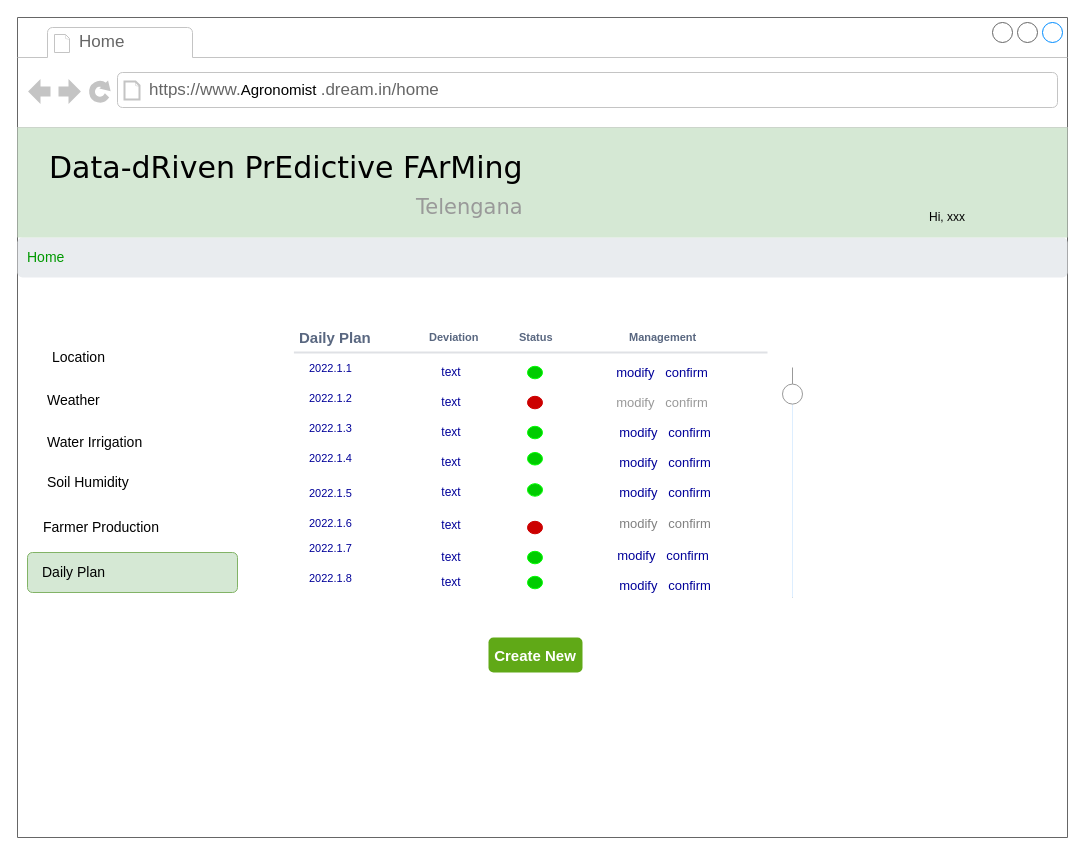
The draw.io diagram page "ag-dailyplan" (14 of 26) of RASD/diagrams/User Interface.drawio in ictar/DREAM-SE2-Project-2022, before the edit. Source tidied: cells renumbered, new cells numbered last; positions are measured from the earlier drawing's top-left corner, leaving out a move shared by most shapes. Both pictures are drawn from the tidied source at 100%, with x=0, y=0 at pixel (17, 17).
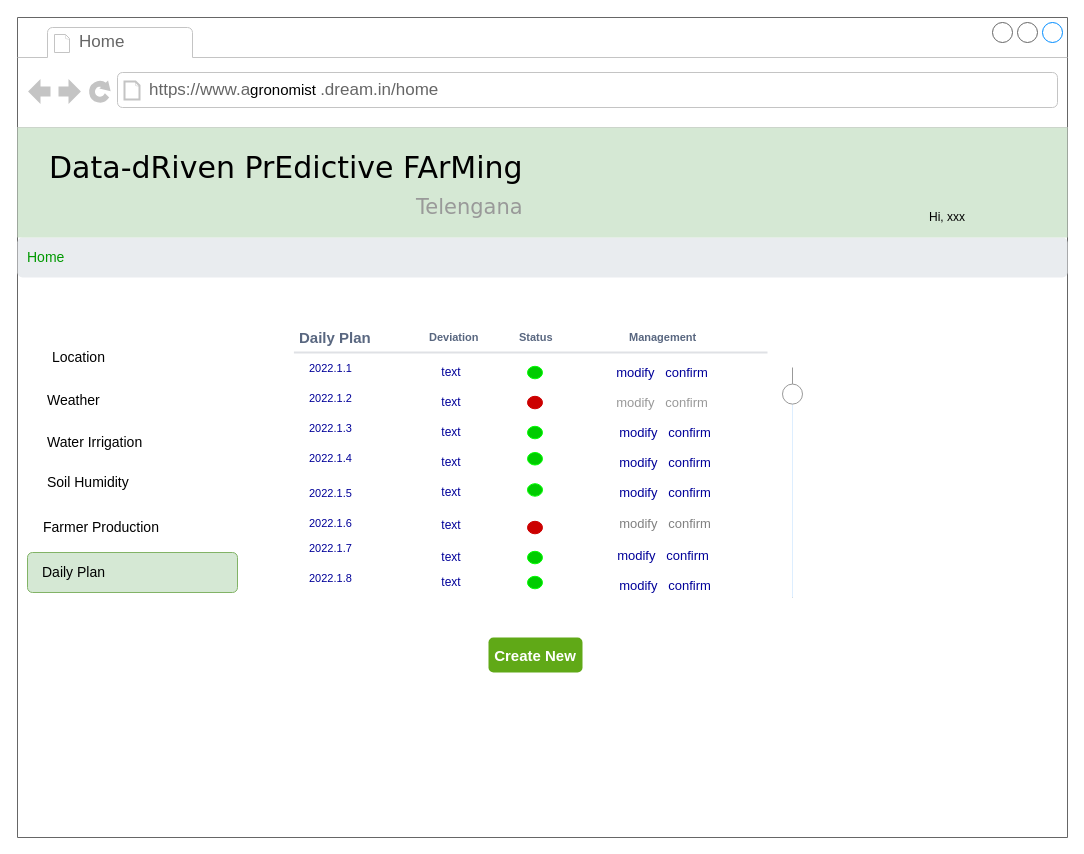
The same page after the edit.

Unchanged cells that the change refers to:
```xml
<mxCell id="2" style="strokeWidth=1;shadow=0;dashed=0;align=center;html=1;shape=mxgraph.mockup.containers.browserWindow;rSize=0;strokeColor=none;mainText=,;rounded=0;labelBackgroundColor=none;fontFamily=Verdana;fontSize=12;" parent="1" vertex="1">
  <mxGeometry width="1050" height="820" as="geometry" />
</mxCell>
```

The edit, as a diff of the source:
```diff
@@
-    <mxCell id="56" value="https://www.&lt;span lang=&quot;EN-US&quot; class=&quot;TextRun  BCX0 SCXW251697385&quot; style=&quot;animation: 0s ease 0s 1 normal none running none ; appearance: none ; backface-visibility: visible ; background: none 0% 0% / auto repeat scroll padding-box border-box rgba(0 , 0 , 0 , 0) ; border-color: rgb(0 , 0 , 0) ; border-collapse: collapse ; border-width: 0px ; border-style: none ; border-spacing: 0px ; border-radius: 0px ; box-shadow: none ; box-sizing: content-box ; caption-side: top ; clear: none ; clip: auto ; color: rgb(0 , 0 , 0) ; content: normal ; cursor: text ; direction: ltr ; display: inline ; empty-cells: show ; float: none ; font-family: &amp;#34;wordvisi_msfontservice&amp;#34; , , , sans-serif ; height: auto ; line-height: 16.1875px ; list-style: outside none disc ; margin: 0px ; max-height: none ; max-width: none ; min-height: 0px ; min-width: 0px ; opacity: 1 ; outline: rgb(0 , 0 , 0) none 0px ; overflow: visible ; overflow-wrap: break-word ; padding: 0px ; perspective: none ; perspective-origin: 0px 0px ; position: static ; resize: none ; speak: normal ; table-layout: auto ; text-align: justify ; text-overflow: clip ; text-shadow: none ; transform: none ; transform-origin: 0px 0px ; transform-style: flat ; transition: all 0s ease 0s ; unicode-bidi: normal ; vertical-align: baseline ; visibility: visible ; width: auto ; word-break: normal ; z-index: auto ; zoom: 1&quot;&gt;&lt;span class=&quot;NormalTextRun  BCX0 SCXW251697385&quot; style=&quot;font-size: 15px&quot;&gt;&lt;font style=&quot;font-size: 15px&quot;&gt;Agronomist&lt;/font&gt;&amp;nbsp;&lt;/span&gt;&lt;/span&gt;.dream.in/home" style="strokeWidth=1;shadow=0;dashed=0;align=center;html=1;shape=mxgraph.mockup.containers.anchor;rSize=0;fontSize=17;fontColor=#666666;align=left;" parent="2" vertex="1">
+    <mxCell id="56" value="https://www.a&lt;span lang=&quot;EN-US&quot; class=&quot;TextRun  BCX0 SCXW251697385&quot; style=&quot;animation: 0s ease 0s 1 normal none running none ; appearance: none ; backface-visibility: visible ; background: none 0% 0% / auto repeat scroll padding-box border-box rgba(0 , 0 , 0 , 0) ; border-color: rgb(0 , 0 , 0) ; border-collapse: collapse ; border-width: 0px ; border-style: none ; border-spacing: 0px ; border-radius: 0px ; box-shadow: none ; box-sizing: content-box ; caption-side: top ; clear: none ; clip: auto ; color: rgb(0 , 0 , 0) ; content: normal ; cursor: text ; direction: ltr ; display: inline ; empty-cells: show ; float: none ; font-family: &amp;#34;wordvisi_msfontservice&amp;#34; , , , sans-serif ; height: auto ; line-height: 16.1875px ; list-style: outside none disc ; margin: 0px ; max-height: none ; max-width: none ; min-height: 0px ; min-width: 0px ; opacity: 1 ; outline: rgb(0 , 0 , 0) none 0px ; overflow: visible ; overflow-wrap: break-word ; padding: 0px ; perspective: none ; perspective-origin: 0px 0px ; position: static ; resize: none ; speak: normal ; table-layout: auto ; text-align: justify ; text-overflow: clip ; text-shadow: none ; transform: none ; transform-origin: 0px 0px ; transform-style: flat ; transition: all 0s ease 0s ; unicode-bidi: normal ; vertical-align: baseline ; visibility: visible ; width: auto ; word-break: normal ; z-index: auto ; zoom: 1&quot;&gt;&lt;span class=&quot;NormalTextRun  BCX0 SCXW251697385&quot; style=&quot;font-size: 15px&quot;&gt;&lt;font style=&quot;font-size: 15px&quot;&gt;gronomist&lt;/font&gt;&amp;nbsp;&lt;/span&gt;&lt;/span&gt;.dream.in/home" style="strokeWidth=1;shadow=0;dashed=0;align=center;html=1;shape=mxgraph.mockup.containers.anchor;rSize=0;fontSize=17;fontColor=#666666;align=left;" parent="2" vertex="1">
       <mxGeometry x="130" y="60" width="250" height="26" as="geometry" />
     </mxCell>
```
